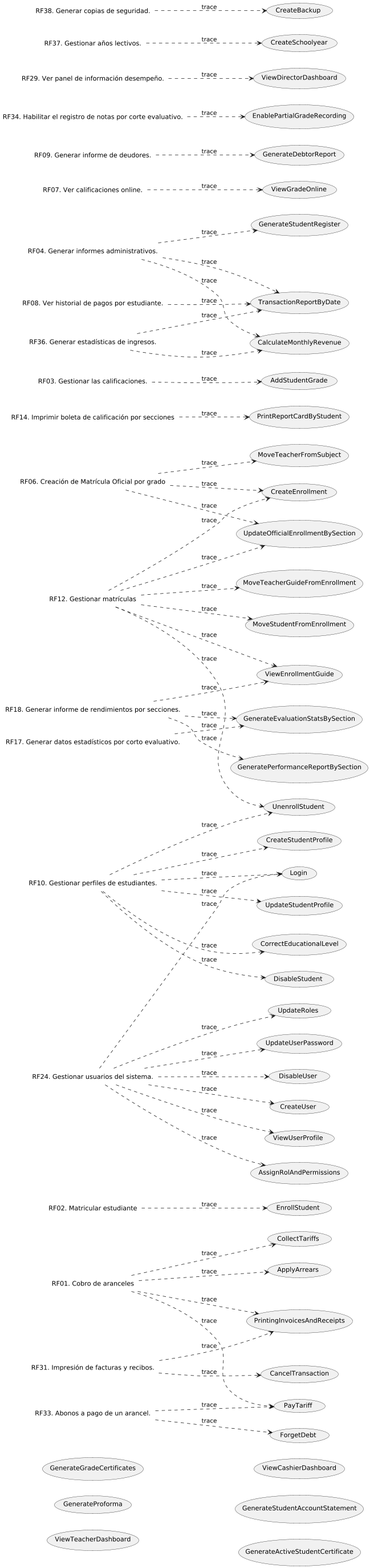
This is out/UseCaseView/TRACE.Requisites-x-UseCase.png from wsmcbl/wsmcbl.doc, a PlantUML export, as it was before one commit.
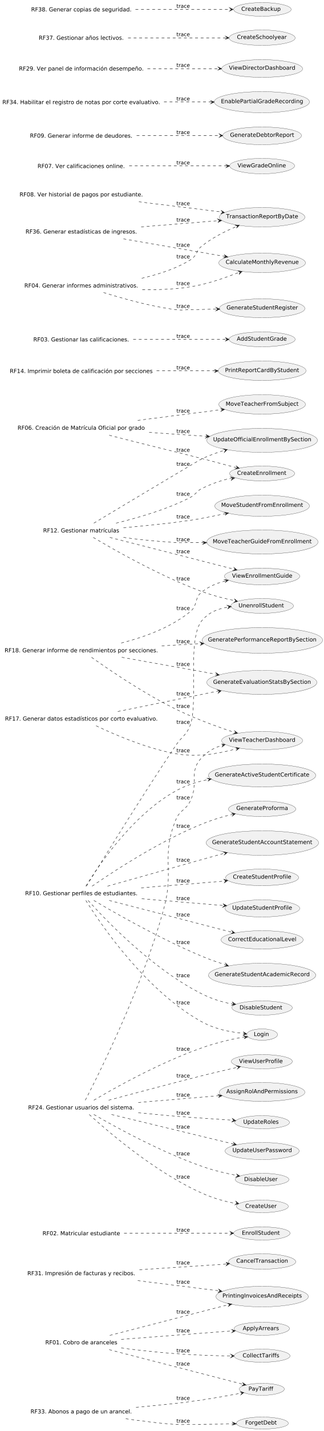
The same diagram one commit later.

Commit message:
Update: VI iteration usecase in TRACE.Requisites-x-UseCase.puml file

The edit, as a diff of the source:
```diff
@@ -65,7 +65,7 @@
 usecase CU83 as "UpdateUserPassword"
 usecase CU85 as "ApplyArrears"
 
-usecase CU10 as "GenerateGradeCertificates"
+usecase CU10 as "GenerateStudentAcademicRecord"
 usecase CU18 as "DisableStudent"
 usecase CU26 as "UnenrollStudent"
 usecase CU31 as "GenerateEvaluationStatsBySection"
@@ -74,7 +74,6 @@
 usecase CU74 as "GenerateProforma"
 usecase CU87 as "CalculateMonthlyRevenue"
 usecase CU89 as "ViewTeacherDashboard"
-usecase CU90 as "ViewCashierDashboard"
 usecase CU91 as "GenerateStudentAccountStatement"
 usecase CU92 as "GenerateActiveStudentCertificate"
 
@@ -128,11 +127,19 @@
 RF24 ..> CU50 : trace
 RF10 ..> CU18 : trace
 RF10 ..> CU26 : trace
+RF10 ..> CU10 : trace
+RF10 ..> CU74 : trace
+RF10 ..> CU91 : trace
+RF10 ..> CU92 : trace
 RF12 ..> CU26 : trace
 RF04 ..> CU87 : trace
 RF36 ..> CU87 : trace
 RF17 ..> CU31 : trace
+RF17 ..> CU89 : trace
+RF18 ..> CU89 : trace
+RF24 ..> CU89 : trace
 RF18 ..> CU31 : trace
 RF18 ..> CU32 : trace
 
+
 @enduml
```
